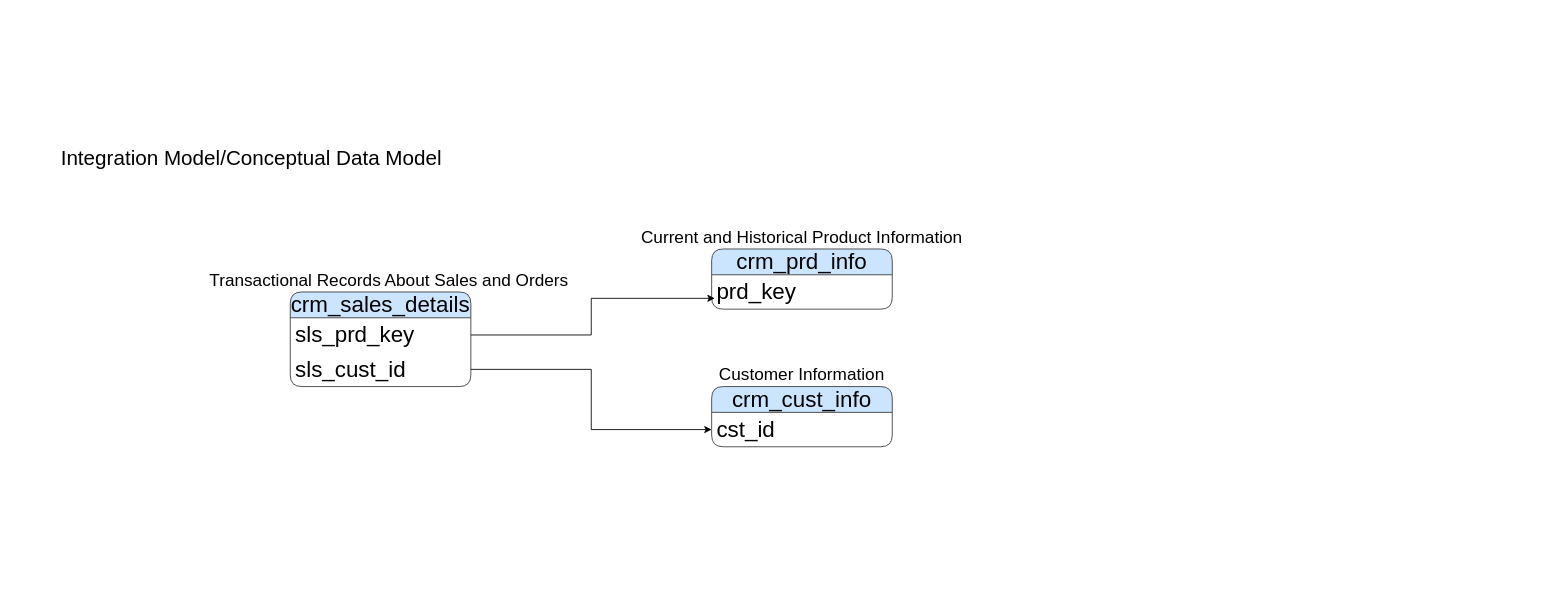
Above: page "Conceptual Data Model" (3 of 3) of images/ArchitectureDiagrams.drawio in sdsouto/sql-data-warehouse-project (draw.io), before the change. Source tidied: cells renumbered, new cells numbered last; positions are measured from the earlier drawing's top-left corner, leaving out a move shared by most shapes. Both pictures are drawn from the tidied source at 86%, with x=0, y=0 at pixel (15, 145).
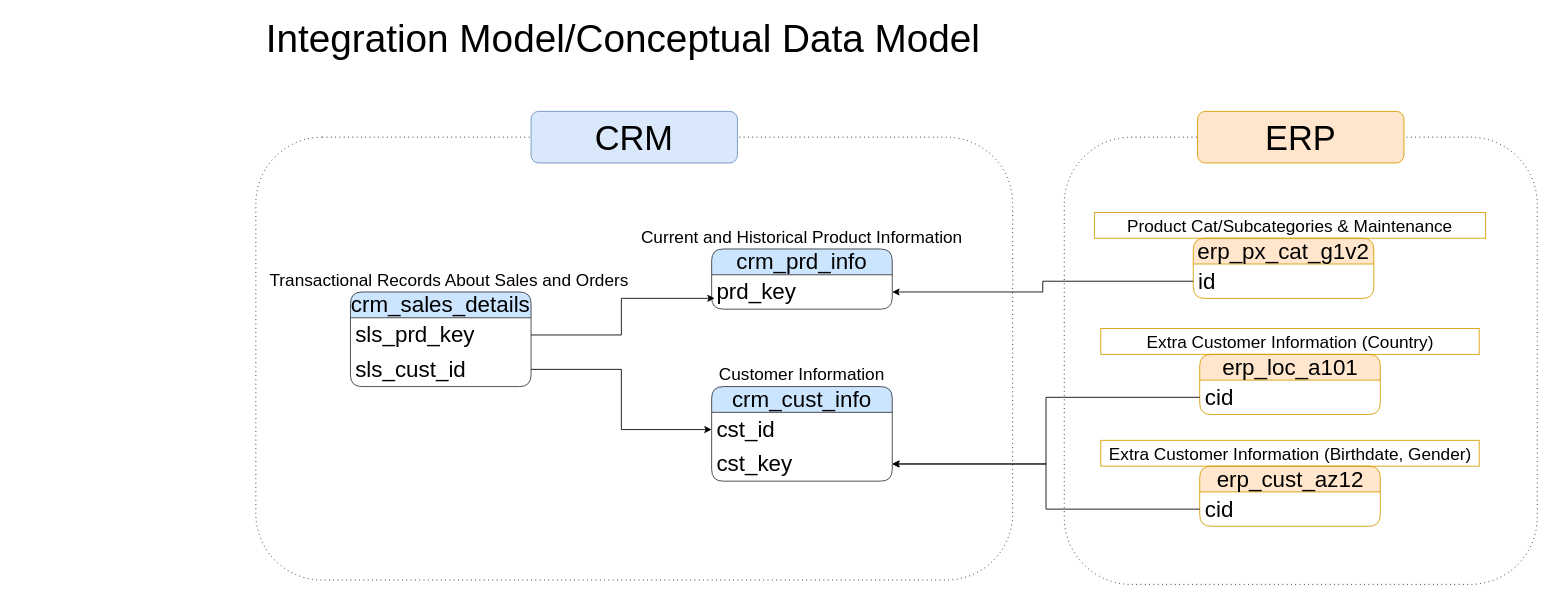
After the change.

Commit message:
Added ERP to Conceptual Data Model

Unchanged cells that the change refers to:
```xml
<mxCell id="8" value="prd_key" style="text;align=left;verticalAlign=middle;spacingLeft=4;spacingRight=4;overflow=hidden;points=[[0,0.5],[1,0.5]];portConstraint=eastwest;whiteSpace=wrap;html=1;rounded=1;swimlaneLine=1;shadow=0;glass=0;fontSize=26;" parent="7" vertex="1">
  <mxGeometry y="30" width="210" height="40" as="geometry" />
</mxCell>
```

What changed in the source:
```diff
@@
+    <mxCell id="15" style="rounded=1;whiteSpace=wrap;html=1;dashed=1;dashPattern=1 4;" parent="1" vertex="1">
+      <mxGeometry x="1220" y="-10" width="550" height="520" as="geometry" />
+    </mxCell>
+    <mxCell id="16" style="rounded=1;whiteSpace=wrap;html=1;dashed=1;dashPattern=1 4;" parent="1" vertex="1">
+      <mxGeometry x="280" y="-10" width="880" height="515" as="geometry" />
+    </mxCell>
-    <mxCell id="2" value="&lt;font style=&quot;font-size: 24px;&quot;&gt;Integration Model/Conceptual Data Model&lt;/font&gt;" style="text;html=1;align=center;verticalAlign=middle;whiteSpace=wrap;rounded=0;" parent="1" vertex="1">
-      <mxGeometry width="550" height="30" as="geometry" />
+    <mxCell id="2" value="&lt;font style=&quot;font-size: 45px;&quot;&gt;Integration Model/Conceptual Data Model&lt;/font&gt;" style="text;html=1;align=left;verticalAlign=middle;whiteSpace=wrap;rounded=0;" parent="1" vertex="1">
+      <mxGeometry x="290" y="-140" width="940" height="30" as="geometry" />
     </mxCell>
     <mxCell id="3" value="crm_cust_info" style="swimlane;fontStyle=0;horizontal=1;startSize=30;whiteSpace=wrap;html=1;rounded=1;swimlaneLine=1;shadow=0;glass=0;fillColor=#cce5ff;strokeColor=#36393d;fontSize=26;" parent="1" vertex="1">
-      <mxGeometry x="810" y="280" width="210" height="70" as="geometry" />
+      <mxGeometry x="810" y="280" width="210" height="110" as="geometry" />
     </mxCell>
@@
+    <mxCell id="17" value="cst_key" style="text;align=left;verticalAlign=middle;spacingLeft=4;spacingRight=4;overflow=hidden;points=[[0,0.5],[1,0.5]];portConstraint=eastwest;whiteSpace=wrap;html=1;rounded=1;swimlaneLine=1;shadow=0;glass=0;fontSize=26;" parent="3" vertex="1">
+      <mxGeometry y="70" width="210" height="40" as="geometry" />
+    </mxCell>
@@
     <mxCell id="9" value="&lt;span style=&quot;font-size: 20px;&quot;&gt;Transactional Records About Sales and Orders&lt;/span&gt;" style="text;html=1;align=center;verticalAlign=middle;whiteSpace=wrap;rounded=0;" parent="1" vertex="1">
-      <mxGeometry x="220" y="140" width="430" height="30" as="geometry" />
+      <mxGeometry x="290" y="140" width="430" height="30" as="geometry" />
     </mxCell>
     <mxCell id="10" value="crm_sales_details" style="swimlane;fontStyle=0;horizontal=1;startSize=30;whiteSpace=wrap;html=1;rounded=1;swimlaneLine=1;shadow=0;glass=0;fillColor=#cce5ff;strokeColor=#36393d;fontSize=26;" parent="1" vertex="1">
-      <mxGeometry x="320" y="170" width="210" height="110" as="geometry" />
+      <mxGeometry x="390" y="170" width="210" height="110" as="geometry" />
     </mxCell>
@@
+    <mxCell id="18" value="erp_cust_az12" style="swimlane;fontStyle=0;horizontal=1;startSize=30;whiteSpace=wrap;html=1;rounded=1;swimlaneLine=1;shadow=0;glass=0;fillColor=#ffe6cc;strokeColor=#d79b00;fontSize=26;" parent="1" vertex="1">
+      <mxGeometry x="1377.5" y="372.5" width="210" height="70" as="geometry" />
+    </mxCell>
+    <mxCell id="19" value="cid" style="text;align=left;verticalAlign=middle;spacingLeft=4;spacingRight=4;overflow=hidden;points=[[0,0.5],[1,0.5]];portConstraint=eastwest;whiteSpace=wrap;html=1;rounded=1;swimlaneLine=1;shadow=0;glass=0;fontSize=26;" parent="18" vertex="1">
+      <mxGeometry y="30" width="210" height="40" as="geometry" />
+    </mxCell>
+    <mxCell id="20" value="&lt;font style=&quot;font-size: 20px;&quot;&gt;Extra Customer Information (Birthdate, Gender)&lt;/font&gt;" style="text;html=1;align=center;verticalAlign=middle;whiteSpace=wrap;rounded=0;fillColor=none;strokeColor=#d79b00;" parent="1" vertex="1">
+      <mxGeometry x="1262.5" y="342.5" width="440" height="30" as="geometry" />
+    </mxCell>
+    <mxCell id="21" style="edgeStyle=orthogonalEdgeStyle;rounded=0;jettySize=auto;html=1;entryX=1;entryY=0.5;entryDx=0;entryDy=0;" parent="1" edge="1" source="19" target="17">
+      <mxGeometry relative="1" as="geometry" />
+    </mxCell>
+    <mxCell id="22" value="erp_loc_a101" style="swimlane;fontStyle=0;horizontal=1;startSize=30;whiteSpace=wrap;html=1;rounded=1;swimlaneLine=1;shadow=0;glass=0;fillColor=#ffe6cc;strokeColor=#d79b00;fontSize=26;" parent="1" vertex="1">
+      <mxGeometry x="1377.5" y="242.5" width="210" height="70" as="geometry" />
+    </mxCell>
+    <mxCell id="23" value="cid" style="text;align=left;verticalAlign=middle;spacingLeft=4;spacingRight=4;overflow=hidden;points=[[0,0.5],[1,0.5]];portConstraint=eastwest;whiteSpace=wrap;html=1;rounded=1;swimlaneLine=1;shadow=0;glass=0;fontSize=26;" parent="22" vertex="1">
+      <mxGeometry y="30" width="210" height="40" as="geometry" />
+    </mxCell>
+    <mxCell id="24" value="&lt;font style=&quot;font-size: 20px;&quot;&gt;Extra Customer Information (Country)&lt;/font&gt;" style="text;html=1;align=center;verticalAlign=middle;whiteSpace=wrap;rounded=0;fillColor=none;strokeColor=#d79b00;" parent="1" vertex="1">
+      <mxGeometry x="1262.5" y="212.5" width="440" height="30" as="geometry" />
+    </mxCell>
+    <mxCell id="25" style="edgeStyle=orthogonalEdgeStyle;rounded=0;jettySize=auto;html=1;entryX=1;entryY=0.5;entryDx=0;entryDy=0;" parent="1" edge="1" source="23" target="17">
+      <mxGeometry relative="1" as="geometry" />
+    </mxCell>
+    <mxCell id="26" value="erp_px_cat_g1v2" style="swimlane;fontStyle=0;horizontal=1;startSize=30;whiteSpace=wrap;html=1;rounded=1;swimlaneLine=1;shadow=0;glass=0;fillColor=#ffe6cc;strokeColor=#d79b00;fontSize=26;" parent="1" vertex="1">
+      <mxGeometry x="1370" y="107.5" width="210" height="70" as="geometry" />
+    </mxCell>
+    <mxCell id="27" value="id" style="text;align=left;verticalAlign=middle;spacingLeft=4;spacingRight=4;overflow=hidden;points=[[0,0.5],[1,0.5]];portConstraint=eastwest;whiteSpace=wrap;html=1;rounded=1;swimlaneLine=1;shadow=0;glass=0;fontSize=26;" parent="26" vertex="1">
+      <mxGeometry y="30" width="210" height="40" as="geometry" />
+    </mxCell>
+    <mxCell id="28" value="&lt;font style=&quot;font-size: 20px;&quot;&gt;Product Cat/Subcategories &amp;amp; Maintenance&lt;/font&gt;" style="text;html=1;align=center;verticalAlign=middle;whiteSpace=wrap;rounded=0;fillColor=none;strokeColor=#d79b00;" parent="1" vertex="1">
+      <mxGeometry x="1255" y="77.5" width="455" height="30" as="geometry" />
+    </mxCell>
+    <mxCell id="29" style="edgeStyle=orthogonalEdgeStyle;rounded=0;jettySize=auto;html=1;" parent="1" edge="1" source="27" target="8">
+      <mxGeometry relative="1" as="geometry" />
+    </mxCell>
@@
+    <mxCell id="30" value="&lt;font style=&quot;font-size: 40px;&quot;&gt;CRM&lt;/font&gt;" style="rounded=1;whiteSpace=wrap;html=1;fillColor=#dae8fc;strokeColor=#6c8ebf;" parent="1" vertex="1">
+      <mxGeometry x="600" y="-40" width="240" height="60" as="geometry" />
+    </mxCell>
+    <mxCell id="31" value="&lt;font style=&quot;font-size: 40px;&quot;&gt;ERP&lt;/font&gt;" style="rounded=1;whiteSpace=wrap;html=1;fillColor=#ffe6cc;strokeColor=#d79b00;" parent="1" vertex="1">
+      <mxGeometry x="1375" y="-40" width="240" height="60" as="geometry" />
+    </mxCell>
```
